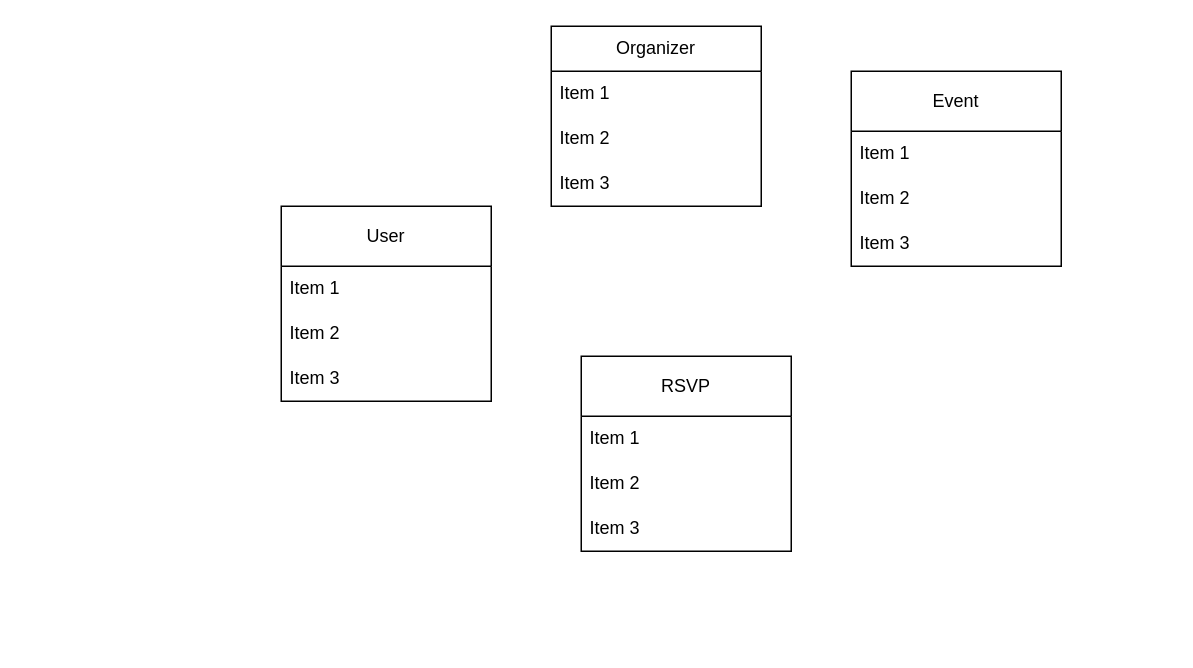
This is Evently.drawio from stevesdiary/evently, a draw.io file, before an edit. Source tidied: cells renumbered, new cells numbered last; positions are measured from the earlier drawing's top-left corner, leaving out a move shared by most shapes. Both pictures are drawn from the tidied source at 150%, with x=0, y=0 at pixel (280, 26).
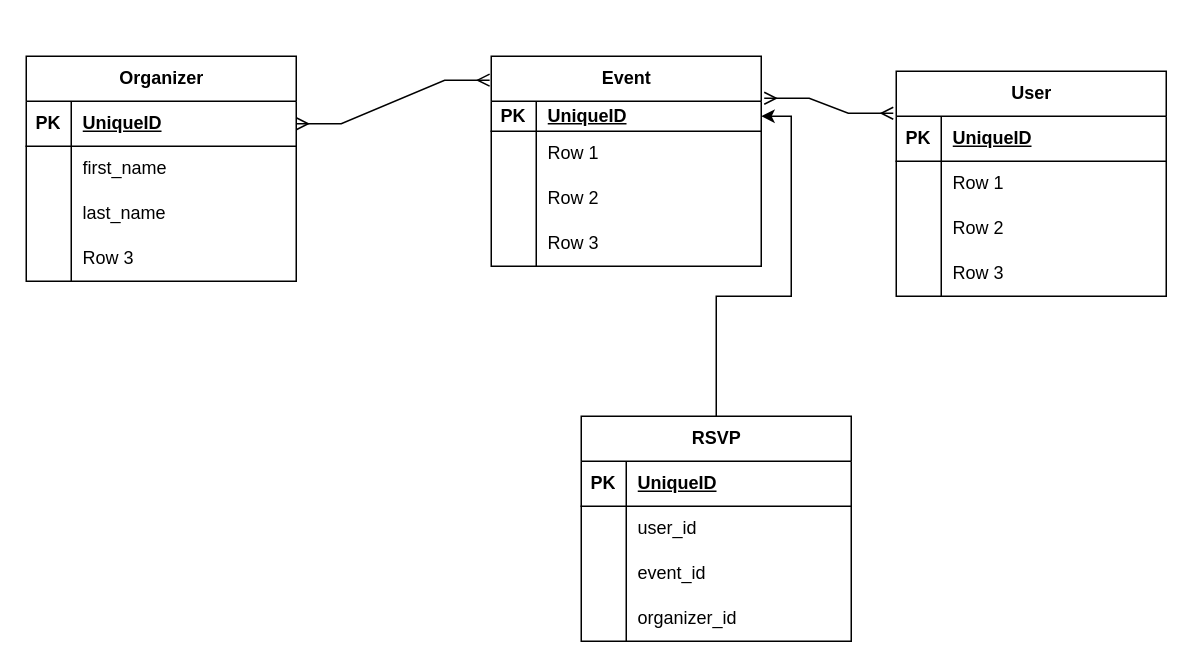
The same page after the edit.

The edit, as a diff of the source:
```diff
@@
-    <mxCell id="2" value="Organizer" style="swimlane;fontStyle=0;horizontal=1;startSize=30;whiteSpace=wrap;html=1;" parent="1" vertex="1">
-      <mxGeometry x="180" width="140" height="120" as="geometry" />
+    <mxCell id="2" value="Organizer" style="shape=table;startSize=30;childLayout=tableLayout;rowLines=0;fontStyle=1;align=center;html=1;" parent="1" vertex="1">
+      <mxGeometry x="-170" y="20" width="180" height="150" as="geometry" />
     </mxCell>
-    <mxCell id="3" value="Item 1" style="text;strokeColor=none;fillColor=none;align=left;verticalAlign=middle;spacingLeft=4;spacingRight=4;overflow=hidden;whiteSpace=wrap;html=1;" parent="2" vertex="1">
-      <mxGeometry y="30" width="140" height="30" as="geometry" />
-    </mxCell>
-    <mxCell id="4" value="Item 2" style="text;strokeColor=none;fillColor=none;align=left;verticalAlign=middle;spacingLeft=4;spacingRight=4;overflow=hidden;whiteSpace=wrap;html=1;" parent="2" vertex="1">
-      <mxGeometry y="60" width="140" height="30" as="geometry" />
-    </mxCell>
-    <mxCell id="5" value="Item 3" style="text;strokeColor=none;fillColor=none;align=left;verticalAlign=middle;spacingLeft=4;spacingRight=4;overflow=hidden;whiteSpace=wrap;html=1;" parent="2" vertex="1">
-      <mxGeometry y="90" width="140" height="30" as="geometry" />
-    </mxCell>
+    <mxCell id="18" style="shape=tableRow;horizontal=0;startSize=0;swimlaneHead=0;swimlaneBody=0;fillColor=none;points=[[0,0.5],[1,0.5]];portConstraint=eastwest;top=0;left=0;right=0;bottom=1;" parent="2" vertex="1">
+      <mxGeometry y="30" width="180" height="30" as="geometry" />
+    </mxCell>
+    <mxCell id="19" value="PK" style="shape=partialRectangle;fillColor=none;top=0;left=0;bottom=0;right=0;fontStyle=1;overflow=hidden;whiteSpace=wrap;html=1;" parent="18" vertex="1">
+      <mxGeometry width="30" height="30" as="geometry" />
+    </mxCell>
+    <mxCell id="20" value="UniqueID" style="shape=partialRectangle;fillColor=none;top=0;left=0;bottom=0;right=0;align=left;spacingLeft=6;fontStyle=5;overflow=hidden;whiteSpace=wrap;html=1;" parent="18" vertex="1">
+      <mxGeometry x="30" width="150" height="30" as="geometry" />
+    </mxCell>
+    <mxCell id="21" style="shape=tableRow;horizontal=0;startSize=0;swimlaneHead=0;swimlaneBody=0;fillColor=none;top=0;left=0;right=0;bottom=0;" parent="2" vertex="1">
+      <mxGeometry y="60" width="180" height="30" as="geometry" />
+    </mxCell>
+    <mxCell id="22" style="shape=partialRectangle;fillColor=none;top=0;left=0;bottom=0;right=0;overflow=hidden;whiteSpace=wrap;html=1;" parent="21" vertex="1">
+      <mxGeometry width="30" height="30" as="geometry" />
+    </mxCell>
+    <mxCell id="23" value="first_name" style="shape=partialRectangle;fillColor=none;top=0;left=0;bottom=0;right=0;align=left;spacingLeft=6;overflow=hidden;whiteSpace=wrap;html=1;" parent="21" vertex="1">
+      <mxGeometry x="30" width="150" height="30" as="geometry" />
+    </mxCell>
+    <mxCell id="24" style="shape=tableRow;horizontal=0;startSize=0;swimlaneHead=0;swimlaneBody=0;fillColor=none;top=0;left=0;right=0;bottom=0;" parent="2" vertex="1">
+      <mxGeometry y="90" width="180" height="30" as="geometry" />
+    </mxCell>
+    <mxCell id="25" style="shape=partialRectangle;fillColor=none;top=0;left=0;bottom=0;right=0;overflow=hidden;whiteSpace=wrap;html=1;" parent="24" vertex="1">
+      <mxGeometry width="30" height="30" as="geometry" />
+    </mxCell>
+    <mxCell id="26" value="last_name" style="shape=partialRectangle;fillColor=none;top=0;left=0;bottom=0;right=0;align=left;spacingLeft=6;overflow=hidden;whiteSpace=wrap;html=1;" parent="24" vertex="1">
+      <mxGeometry x="30" width="150" height="30" as="geometry" />
+    </mxCell>
+    <mxCell id="27" style="shape=tableRow;horizontal=0;startSize=0;swimlaneHead=0;swimlaneBody=0;fillColor=none;top=0;left=0;right=0;bottom=0;" parent="2" vertex="1">
+      <mxGeometry y="120" width="180" height="30" as="geometry" />
+    </mxCell>
+    <mxCell id="28" style="shape=partialRectangle;fillColor=none;top=0;left=0;bottom=0;right=0;overflow=hidden;whiteSpace=wrap;html=1;" parent="27" vertex="1">
+      <mxGeometry width="30" height="30" as="geometry" />
+    </mxCell>
+    <mxCell id="29" value="Row 3" style="shape=partialRectangle;fillColor=none;top=0;left=0;bottom=0;right=0;align=left;spacingLeft=6;overflow=hidden;whiteSpace=wrap;html=1;" parent="27" vertex="1">
+      <mxGeometry x="30" width="150" height="30" as="geometry" />
+    </mxCell>
-    <mxCell id="6" value="Event" style="swimlane;fontStyle=0;horizontal=1;startSize=40;whiteSpace=wrap;html=1;" parent="1" vertex="1">
-      <mxGeometry x="380" y="30" width="140" height="130" as="geometry" />
+    <mxCell id="6" value="Event" style="shape=table;startSize=30;childLayout=tableLayout;rowLines=0;fontStyle=1;align=center;html=1;" parent="1" vertex="1">
+      <mxGeometry x="140" y="20" width="180" height="140" as="geometry" />
     </mxCell>
-    <mxCell id="7" value="Item 1" style="text;strokeColor=none;fillColor=none;align=left;verticalAlign=middle;spacingLeft=4;spacingRight=4;overflow=hidden;whiteSpace=wrap;html=1;" parent="6" vertex="1">
-      <mxGeometry y="40" width="140" height="30" as="geometry" />
-    </mxCell>
-    <mxCell id="8" value="Item 2" style="text;strokeColor=none;fillColor=none;align=left;verticalAlign=middle;spacingLeft=4;spacingRight=4;overflow=hidden;whiteSpace=wrap;html=1;" parent="6" vertex="1">
-      <mxGeometry y="70" width="140" height="30" as="geometry" />
-    </mxCell>
-    <mxCell id="9" value="Item 3" style="text;strokeColor=none;fillColor=none;align=left;verticalAlign=middle;spacingLeft=4;spacingRight=4;overflow=hidden;whiteSpace=wrap;html=1;" parent="6" vertex="1">
-      <mxGeometry y="100" width="140" height="30" as="geometry" />
-    </mxCell>
+    <mxCell id="30" style="shape=tableRow;horizontal=0;startSize=0;swimlaneHead=0;swimlaneBody=0;fillColor=none;points=[[0,0.5],[1,0.5]];portConstraint=eastwest;top=0;left=0;right=0;bottom=1;" parent="6" vertex="1">
+      <mxGeometry y="30" width="180" height="20" as="geometry" />
+    </mxCell>
+    <mxCell id="31" value="PK" style="shape=partialRectangle;fillColor=none;top=0;left=0;bottom=0;right=0;fontStyle=1;overflow=hidden;whiteSpace=wrap;html=1;" parent="30" vertex="1">
+      <mxGeometry width="30" height="20" as="geometry" />
+    </mxCell>
+    <mxCell id="32" value="UniqueID" style="shape=partialRectangle;fillColor=none;top=0;left=0;bottom=0;right=0;align=left;spacingLeft=6;fontStyle=5;overflow=hidden;whiteSpace=wrap;html=1;" parent="30" vertex="1">
+      <mxGeometry x="30" width="150" height="20" as="geometry" />
+    </mxCell>
+    <mxCell id="33" style="shape=tableRow;horizontal=0;startSize=0;swimlaneHead=0;swimlaneBody=0;fillColor=none;top=0;left=0;right=0;bottom=0;" parent="6" vertex="1">
+      <mxGeometry y="50" width="180" height="30" as="geometry" />
+    </mxCell>
+    <mxCell id="34" style="shape=partialRectangle;fillColor=none;top=0;left=0;bottom=0;right=0;overflow=hidden;whiteSpace=wrap;html=1;" parent="33" vertex="1">
+      <mxGeometry width="30" height="30" as="geometry" />
+    </mxCell>
+    <mxCell id="35" value="Row 1" style="shape=partialRectangle;fillColor=none;top=0;left=0;bottom=0;right=0;align=left;spacingLeft=6;overflow=hidden;whiteSpace=wrap;html=1;" parent="33" vertex="1">
+      <mxGeometry x="30" width="150" height="30" as="geometry" />
+    </mxCell>
+    <mxCell id="36" style="shape=tableRow;horizontal=0;startSize=0;swimlaneHead=0;swimlaneBody=0;fillColor=none;top=0;left=0;right=0;bottom=0;" parent="6" vertex="1">
+      <mxGeometry y="80" width="180" height="30" as="geometry" />
+    </mxCell>
+    <mxCell id="37" style="shape=partialRectangle;fillColor=none;top=0;left=0;bottom=0;right=0;overflow=hidden;whiteSpace=wrap;html=1;" parent="36" vertex="1">
+      <mxGeometry width="30" height="30" as="geometry" />
+    </mxCell>
+    <mxCell id="38" value="Row 2" style="shape=partialRectangle;fillColor=none;top=0;left=0;bottom=0;right=0;align=left;spacingLeft=6;overflow=hidden;whiteSpace=wrap;html=1;" parent="36" vertex="1">
+      <mxGeometry x="30" width="150" height="30" as="geometry" />
+    </mxCell>
+    <mxCell id="39" style="shape=tableRow;horizontal=0;startSize=0;swimlaneHead=0;swimlaneBody=0;fillColor=none;top=0;left=0;right=0;bottom=0;" parent="6" vertex="1">
+      <mxGeometry y="110" width="180" height="30" as="geometry" />
+    </mxCell>
+    <mxCell id="40" style="shape=partialRectangle;fillColor=none;top=0;left=0;bottom=0;right=0;overflow=hidden;whiteSpace=wrap;html=1;" parent="39" vertex="1">
+      <mxGeometry width="30" height="30" as="geometry" />
+    </mxCell>
+    <mxCell id="41" value="Row 3" style="shape=partialRectangle;fillColor=none;top=0;left=0;bottom=0;right=0;align=left;spacingLeft=6;overflow=hidden;whiteSpace=wrap;html=1;" parent="39" vertex="1">
+      <mxGeometry x="30" width="150" height="30" as="geometry" />
+    </mxCell>
-    <mxCell id="10" value="User" style="swimlane;fontStyle=0;horizontal=1;startSize=40;whiteSpace=wrap;html=1;" parent="1" vertex="1">
-      <mxGeometry y="120" width="140" height="130" as="geometry" />
+    <mxCell id="10" value="User" style="shape=table;startSize=30;childLayout=tableLayout;rowLines=0;fontStyle=1;align=center;html=1;" parent="1" vertex="1">
+      <mxGeometry x="410" y="30" width="180" height="150" as="geometry" />
     </mxCell>
-    <mxCell id="11" value="Item 1" style="text;strokeColor=none;fillColor=none;align=left;verticalAlign=middle;spacingLeft=4;spacingRight=4;overflow=hidden;whiteSpace=wrap;html=1;" parent="10" vertex="1">
-      <mxGeometry y="40" width="140" height="30" as="geometry" />
-    </mxCell>
-    <mxCell id="12" value="Item 2" style="text;strokeColor=none;fillColor=none;align=left;verticalAlign=middle;spacingLeft=4;spacingRight=4;overflow=hidden;whiteSpace=wrap;html=1;" parent="10" vertex="1">
-      <mxGeometry y="70" width="140" height="30" as="geometry" />
-    </mxCell>
-    <mxCell id="13" value="Item 3" style="text;strokeColor=none;fillColor=none;align=left;verticalAlign=middle;spacingLeft=4;spacingRight=4;overflow=hidden;whiteSpace=wrap;html=1;" parent="10" vertex="1">
-      <mxGeometry y="100" width="140" height="30" as="geometry" />
-    </mxCell>
+    <mxCell id="42" style="shape=tableRow;horizontal=0;startSize=0;swimlaneHead=0;swimlaneBody=0;fillColor=none;points=[[0,0.5],[1,0.5]];portConstraint=eastwest;top=0;left=0;right=0;bottom=1;" parent="10" vertex="1">
+      <mxGeometry y="30" width="180" height="30" as="geometry" />
+    </mxCell>
+    <mxCell id="43" value="PK" style="shape=partialRectangle;fillColor=none;top=0;left=0;bottom=0;right=0;fontStyle=1;overflow=hidden;whiteSpace=wrap;html=1;" parent="42" vertex="1">
+      <mxGeometry width="30" height="30" as="geometry" />
+    </mxCell>
+    <mxCell id="44" value="UniqueID" style="shape=partialRectangle;fillColor=none;top=0;left=0;bottom=0;right=0;align=left;spacingLeft=6;fontStyle=5;overflow=hidden;whiteSpace=wrap;html=1;" parent="42" vertex="1">
+      <mxGeometry x="30" width="150" height="30" as="geometry" />
+    </mxCell>
+    <mxCell id="45" style="shape=tableRow;horizontal=0;startSize=0;swimlaneHead=0;swimlaneBody=0;fillColor=none;top=0;left=0;right=0;bottom=0;" parent="10" vertex="1">
+      <mxGeometry y="60" width="180" height="30" as="geometry" />
+    </mxCell>
+    <mxCell id="46" style="shape=partialRectangle;fillColor=none;top=0;left=0;bottom=0;right=0;overflow=hidden;whiteSpace=wrap;html=1;" parent="45" vertex="1">
+      <mxGeometry width="30" height="30" as="geometry" />
+    </mxCell>
+    <mxCell id="47" value="Row 1" style="shape=partialRectangle;fillColor=none;top=0;left=0;bottom=0;right=0;align=left;spacingLeft=6;overflow=hidden;whiteSpace=wrap;html=1;" parent="45" vertex="1">
+      <mxGeometry x="30" width="150" height="30" as="geometry" />
+    </mxCell>
+    <mxCell id="48" style="shape=tableRow;horizontal=0;startSize=0;swimlaneHead=0;swimlaneBody=0;fillColor=none;top=0;left=0;right=0;bottom=0;" parent="10" vertex="1">
+      <mxGeometry y="90" width="180" height="30" as="geometry" />
+    </mxCell>
+    <mxCell id="49" style="shape=partialRectangle;fillColor=none;top=0;left=0;bottom=0;right=0;overflow=hidden;whiteSpace=wrap;html=1;" parent="48" vertex="1">
+      <mxGeometry width="30" height="30" as="geometry" />
+    </mxCell>
+    <mxCell id="50" value="Row 2" style="shape=partialRectangle;fillColor=none;top=0;left=0;bottom=0;right=0;align=left;spacingLeft=6;overflow=hidden;whiteSpace=wrap;html=1;" parent="48" vertex="1">
+      <mxGeometry x="30" width="150" height="30" as="geometry" />
+    </mxCell>
+    <mxCell id="51" style="shape=tableRow;horizontal=0;startSize=0;swimlaneHead=0;swimlaneBody=0;fillColor=none;top=0;left=0;right=0;bottom=0;" parent="10" vertex="1">
+      <mxGeometry y="120" width="180" height="30" as="geometry" />
+    </mxCell>
+    <mxCell id="52" style="shape=partialRectangle;fillColor=none;top=0;left=0;bottom=0;right=0;overflow=hidden;whiteSpace=wrap;html=1;" parent="51" vertex="1">
+      <mxGeometry width="30" height="30" as="geometry" />
+    </mxCell>
+    <mxCell id="53" value="Row 3" style="shape=partialRectangle;fillColor=none;top=0;left=0;bottom=0;right=0;align=left;spacingLeft=6;overflow=hidden;whiteSpace=wrap;html=1;" parent="51" vertex="1">
+      <mxGeometry x="30" width="150" height="30" as="geometry" />
+    </mxCell>
+    <mxCell id="54" style="edgeStyle=orthogonalEdgeStyle;rounded=0;jettySize=auto;html=1;entryX=1;entryY=0.5;entryDx=0;entryDy=0;" parent="1" edge="1" source="14" target="30">
+      <mxGeometry relative="1" as="geometry">
+        <Array as="points">
+          <mxPoint x="290" y="180" />
+          <mxPoint x="340" y="180" />
+          <mxPoint x="340" y="60" />
+        </Array>
+      </mxGeometry>
+    </mxCell>
-    <mxCell id="14" value="RSVP" style="swimlane;fontStyle=0;horizontal=1;startSize=40;whiteSpace=wrap;html=1;" parent="1" vertex="1">
-      <mxGeometry x="200" y="220" width="140" height="130" as="geometry" />
+    <mxCell id="14" value="RSVP" style="shape=table;startSize=30;childLayout=tableLayout;rowLines=0;fontStyle=1;align=center;html=1;" parent="1" vertex="1">
+      <mxGeometry x="200" y="260" width="180" height="150" as="geometry" />
     </mxCell>
-    <mxCell id="15" value="Item 1" style="text;strokeColor=none;fillColor=none;align=left;verticalAlign=middle;spacingLeft=4;spacingRight=4;overflow=hidden;whiteSpace=wrap;html=1;" parent="14" vertex="1">
-      <mxGeometry y="40" width="140" height="30" as="geometry" />
-    </mxCell>
-    <mxCell id="16" value="Item 2" style="text;strokeColor=none;fillColor=none;align=left;verticalAlign=middle;spacingLeft=4;spacingRight=4;overflow=hidden;whiteSpace=wrap;html=1;" parent="14" vertex="1">
-      <mxGeometry y="70" width="140" height="30" as="geometry" />
-    </mxCell>
-    <mxCell id="17" value="Item 3" style="text;strokeColor=none;fillColor=none;align=left;verticalAlign=middle;spacingLeft=4;spacingRight=4;overflow=hidden;whiteSpace=wrap;html=1;" parent="14" vertex="1">
-      <mxGeometry y="100" width="140" height="30" as="geometry" />
-    </mxCell>
+    <mxCell id="55" style="shape=tableRow;horizontal=0;startSize=0;swimlaneHead=0;swimlaneBody=0;fillColor=none;top=0;left=0;right=0;bottom=1;" parent="14" vertex="1">
+      <mxGeometry y="30" width="180" height="30" as="geometry" />
+    </mxCell>
+    <mxCell id="56" value="PK" style="shape=partialRectangle;fillColor=none;top=0;left=0;bottom=0;right=0;fontStyle=1;overflow=hidden;whiteSpace=wrap;html=1;" parent="55" vertex="1">
+      <mxGeometry width="30" height="30" as="geometry" />
+    </mxCell>
+    <mxCell id="57" value="UniqueID" style="shape=partialRectangle;fillColor=none;top=0;left=0;bottom=0;right=0;align=left;spacingLeft=6;fontStyle=5;overflow=hidden;whiteSpace=wrap;html=1;" parent="55" vertex="1">
+      <mxGeometry x="30" width="150" height="30" as="geometry" />
+    </mxCell>
+    <mxCell id="58" style="shape=tableRow;horizontal=0;startSize=0;swimlaneHead=0;swimlaneBody=0;fillColor=none;top=0;left=0;right=0;bottom=0;" parent="14" vertex="1">
+      <mxGeometry y="60" width="180" height="30" as="geometry" />
+    </mxCell>
+    <mxCell id="59" style="shape=partialRectangle;fillColor=none;top=0;left=0;bottom=0;right=0;overflow=hidden;whiteSpace=wrap;html=1;" parent="58" vertex="1">
+      <mxGeometry width="30" height="30" as="geometry" />
+    </mxCell>
+    <mxCell id="60" value="user_id" style="shape=partialRectangle;fillColor=none;top=0;left=0;bottom=0;right=0;align=left;spacingLeft=6;overflow=hidden;whiteSpace=wrap;html=1;" parent="58" vertex="1">
+      <mxGeometry x="30" width="150" height="30" as="geometry" />
+    </mxCell>
+    <mxCell id="61" style="shape=tableRow;horizontal=0;startSize=0;swimlaneHead=0;swimlaneBody=0;fillColor=none;top=0;left=0;right=0;bottom=0;" parent="14" vertex="1">
+      <mxGeometry y="90" width="180" height="30" as="geometry" />
+    </mxCell>
+    <mxCell id="62" style="shape=partialRectangle;fillColor=none;top=0;left=0;bottom=0;right=0;overflow=hidden;whiteSpace=wrap;html=1;" parent="61" vertex="1">
+      <mxGeometry width="30" height="30" as="geometry" />
+    </mxCell>
+    <mxCell id="63" value="event_id" style="shape=partialRectangle;fillColor=none;top=0;left=0;bottom=0;right=0;align=left;spacingLeft=6;overflow=hidden;whiteSpace=wrap;html=1;" parent="61" vertex="1">
+      <mxGeometry x="30" width="150" height="30" as="geometry" />
+    </mxCell>
+    <mxCell id="64" style="shape=tableRow;horizontal=0;startSize=0;swimlaneHead=0;swimlaneBody=0;fillColor=none;top=0;left=0;right=0;bottom=0;" parent="14" vertex="1">
+      <mxGeometry y="120" width="180" height="30" as="geometry" />
+    </mxCell>
+    <mxCell id="65" style="shape=partialRectangle;fillColor=none;top=0;left=0;bottom=0;right=0;overflow=hidden;whiteSpace=wrap;html=1;" parent="64" vertex="1">
+      <mxGeometry width="30" height="30" as="geometry" />
+    </mxCell>
+    <mxCell id="66" value="organizer_id" style="shape=partialRectangle;fillColor=none;top=0;left=0;bottom=0;right=0;align=left;spacingLeft=6;overflow=hidden;whiteSpace=wrap;html=1;" parent="64" vertex="1">
+      <mxGeometry x="30" width="150" height="30" as="geometry" />
+    </mxCell>
+    <mxCell id="67" style="edgeStyle=entityRelationEdgeStyle;fontSize=12;html=1;endArrow=ERmany;startArrow=ERmany;rounded=0;exitX=1;exitY=0.5;exitDx=0;exitDy=0;entryX=-0.006;entryY=0.114;entryDx=0;entryDy=0;entryPerimeter=0;" parent="1" edge="1" source="18" target="6">
+      <mxGeometry relative="1" as="geometry">
+        <Array as="points">
+          <mxPoint x="-110" y="90" />
+        </Array>
+      </mxGeometry>
+    </mxCell>
+    <mxCell id="68" style="edgeStyle=entityRelationEdgeStyle;fontSize=12;html=1;endArrow=ERmany;startArrow=ERmany;rounded=0;entryX=-0.011;entryY=-0.067;entryDx=0;entryDy=0;entryPerimeter=0;exitX=1.011;exitY=0.2;exitDx=0;exitDy=0;exitPerimeter=0;" parent="1" edge="1" source="6" target="42">
+      <mxGeometry relative="1" as="geometry" />
+    </mxCell>
```
